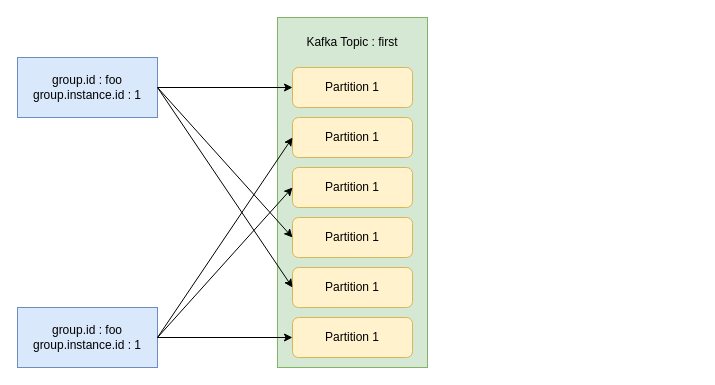
This is drawio/kafka/kafka-rebalancing-bg-info-3.drawio from windowforsun/blog, a draw.io file, before an edit. Source tidied: cells renumbered, new cells numbered last; positions are measured from the earlier drawing's top-left corner, leaving out a move shared by most shapes. Both pictures are drawn from the tidied source at 100%, with x=0, y=0 at pixel (17, 17).
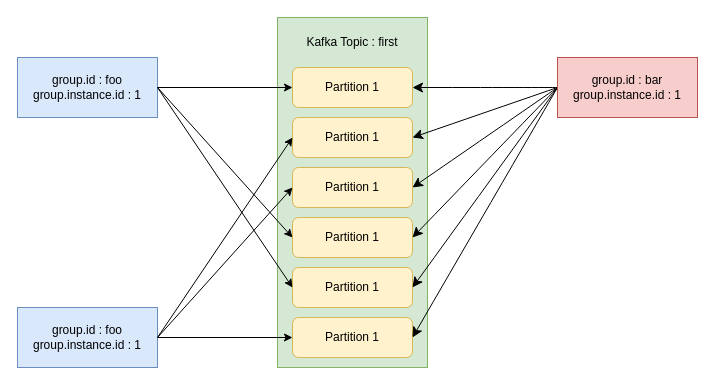
The same diagram, later.

The change refers to these unchanged cells:
```xml
<mxCell id="6" value="Partition 1" style="rounded=1;whiteSpace=wrap;html=1;fillColor=#fff2cc;strokeColor=#d6b656;" parent="1" vertex="1">
  <mxGeometry x="275" y="50" width="120" height="40" as="geometry" />
</mxCell>
<mxCell id="7" value="Partition 1" style="rounded=1;whiteSpace=wrap;html=1;fillColor=#fff2cc;strokeColor=#d6b656;" parent="1" vertex="1">
  <mxGeometry x="275" y="100" width="120" height="40" as="geometry" />
</mxCell>
<mxCell id="8" value="Partition 1" style="rounded=1;whiteSpace=wrap;html=1;fillColor=#fff2cc;strokeColor=#d6b656;" parent="1" vertex="1">
  <mxGeometry x="275" y="150" width="120" height="40" as="geometry" />
</mxCell>
<mxCell id="9" value="Partition 1" style="rounded=1;whiteSpace=wrap;html=1;fillColor=#fff2cc;strokeColor=#d6b656;" parent="1" vertex="1">
  <mxGeometry x="275" y="200" width="120" height="40" as="geometry" />
</mxCell>
<mxCell id="10" value="Partition 1" style="rounded=1;whiteSpace=wrap;html=1;fillColor=#fff2cc;strokeColor=#d6b656;" parent="1" vertex="1">
  <mxGeometry x="275" y="250" width="120" height="40" as="geometry" />
</mxCell>
<mxCell id="11" value="Partition 1" style="rounded=1;whiteSpace=wrap;html=1;fillColor=#fff2cc;strokeColor=#d6b656;" parent="1" vertex="1">
  <mxGeometry x="275" y="300" width="120" height="40" as="geometry" />
</mxCell>
```

Diff of the diagram source:
```diff
@@
+    <mxCell id="18" style="edgeStyle=none;curved=1;rounded=0;jettySize=auto;html=1;entryX=1;entryY=0.5;entryDx=0;entryDy=0;fontSize=12;startSize=8;endSize=8;" parent="1" edge="1" source="24" target="6">
+      <mxGeometry relative="1" as="geometry" />
+    </mxCell>
+    <mxCell id="19" style="edgeStyle=none;curved=1;rounded=0;jettySize=auto;html=1;entryX=1;entryY=0.5;entryDx=0;entryDy=0;fontSize=12;startSize=8;endSize=8;exitX=0;exitY=0.5;exitDx=0;exitDy=0;" parent="1" edge="1" source="24" target="7">
+      <mxGeometry relative="1" as="geometry" />
+    </mxCell>
+    <mxCell id="20" style="edgeStyle=none;curved=1;rounded=0;jettySize=auto;html=1;entryX=1;entryY=0.5;entryDx=0;entryDy=0;fontSize=12;startSize=8;endSize=8;exitX=0;exitY=0.5;exitDx=0;exitDy=0;" parent="1" edge="1" source="24" target="8">
+      <mxGeometry relative="1" as="geometry" />
+    </mxCell>
+    <mxCell id="21" style="edgeStyle=none;curved=1;rounded=0;jettySize=auto;html=1;entryX=1;entryY=0.5;entryDx=0;entryDy=0;fontSize=12;startSize=8;endSize=8;exitX=0;exitY=0.5;exitDx=0;exitDy=0;" parent="1" edge="1" source="24" target="9">
+      <mxGeometry relative="1" as="geometry" />
+    </mxCell>
+    <mxCell id="22" style="edgeStyle=none;curved=1;rounded=0;jettySize=auto;html=1;entryX=1;entryY=0.5;entryDx=0;entryDy=0;fontSize=12;startSize=8;endSize=8;exitX=0;exitY=0.5;exitDx=0;exitDy=0;" parent="1" edge="1" source="24" target="10">
+      <mxGeometry relative="1" as="geometry" />
+    </mxCell>
+    <mxCell id="23" style="edgeStyle=none;curved=1;rounded=0;jettySize=auto;html=1;entryX=1;entryY=0.5;entryDx=0;entryDy=0;fontSize=12;startSize=8;endSize=8;" parent="1" edge="1" target="11">
+      <mxGeometry relative="1" as="geometry">
+        <mxPoint x="540" y="70" as="sourcePoint" />
+      </mxGeometry>
+    </mxCell>
+    <mxCell id="24" value="group.id : bar&lt;br&gt;group.instance.id : 1" style="rounded=0;whiteSpace=wrap;html=1;align=center;fillColor=#f8cecc;strokeColor=#b85450;" parent="1" vertex="1">
+      <mxGeometry x="540" y="40" width="140" height="60" as="geometry" />
+    </mxCell>
```
